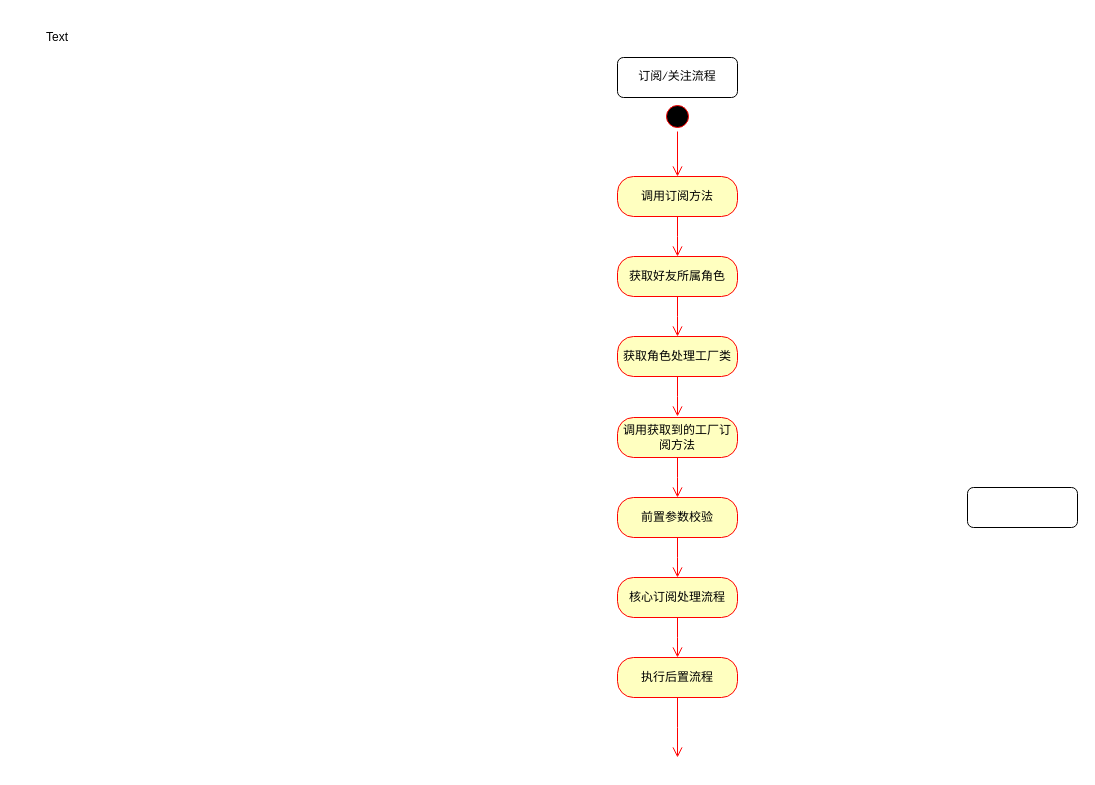
niuxiaocong/knowledage-notes keeps this draw.io diagram as webchat/二、好友关系设计.drawio. Above is the earlier version. Source tidied: cells renumbered, new cells numbered last; positions are measured from the earlier drawing's top-left corner, leaving out a move shared by most shapes. Both pictures are drawn from the tidied source at 100%, with x=0, y=0 at pixel (17, 17).
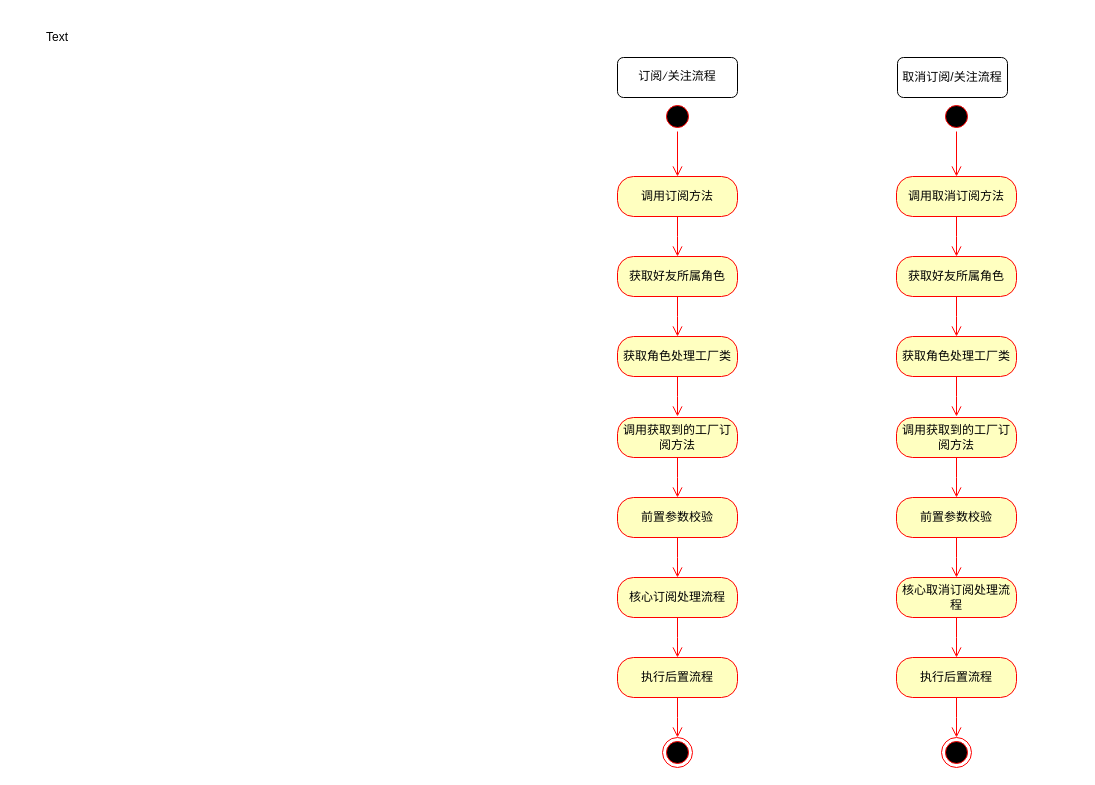
The same page after the edit.

Commit message (it also covers changes not shown here):
更新二、好友关系设计.drawio

Unchanged cells that the change refers to:
```xml
<mxCell id="19" value="执行后置流程" style="rounded=1;whiteSpace=wrap;html=1;arcSize=40;fontColor=#000000;fillColor=#ffffc0;strokeColor=#ff0000;" parent="1" vertex="1">
  <mxGeometry x="600" y="640" width="120" height="40" as="geometry" />
</mxCell>
```

Diff of the diagram source:
```diff
@@
-    <mxCell id="3" style="rounded=1;whiteSpace=wrap;html=1;" parent="1" vertex="1">
-      <mxGeometry x="950" y="470" width="110" height="40" as="geometry" />
+    <mxCell id="3" value="取消订阅/关注流程" style="rounded=1;whiteSpace=wrap;html=1;" parent="1" vertex="1">
+      <mxGeometry x="880" y="40" width="110" height="40" as="geometry" />
     </mxCell>
@@
     <mxCell id="20" style="edgeStyle=orthogonalEdgeStyle;html=1;verticalAlign=bottom;endArrow=open;endSize=8;strokeColor=#ff0000;rounded=0;" parent="1" edge="1" source="19">
       <mxGeometry relative="1" as="geometry">
-        <mxPoint x="660" y="740" as="targetPoint" />
+        <mxPoint x="660" y="720" as="targetPoint" />
       </mxGeometry>
     </mxCell>
+    <mxCell id="21" style="ellipse;html=1;shape=endState;fillColor=#000000;strokeColor=#ff0000;" parent="1" vertex="1">
+      <mxGeometry x="645" y="720" width="30" height="30" as="geometry" />
+    </mxCell>
+    <mxCell id="22" style="ellipse;html=1;shape=startState;fillColor=#000000;strokeColor=#ff0000;" parent="1" vertex="1">
+      <mxGeometry x="924" y="84" width="30" height="30" as="geometry" />
+    </mxCell>
+    <mxCell id="23" style="edgeStyle=orthogonalEdgeStyle;html=1;verticalAlign=bottom;endArrow=open;endSize=8;strokeColor=#ff0000;rounded=0;entryX=0.5;entryY=0;entryDx=0;entryDy=0;" parent="1" edge="1" source="22" target="24">
+      <mxGeometry relative="1" as="geometry" />
+    </mxCell>
+    <mxCell id="24" value="&lt;font style=&quot;color: rgb(0, 0, 0);&quot;&gt;调用取消订阅方法&lt;/font&gt;" style="rounded=1;whiteSpace=wrap;html=1;arcSize=40;fontColor=#000000;fillColor=#ffffc0;strokeColor=#ff0000;" parent="1" vertex="1">
+      <mxGeometry x="879" y="159" width="120" height="40" as="geometry" />
+    </mxCell>
+    <mxCell id="25" style="edgeStyle=orthogonalEdgeStyle;html=1;verticalAlign=bottom;endArrow=open;endSize=8;strokeColor=#ff0000;rounded=0;" parent="1" edge="1" source="24">
+      <mxGeometry relative="1" as="geometry">
+        <mxPoint x="939" y="239" as="targetPoint" />
+      </mxGeometry>
+    </mxCell>
+    <mxCell id="26" value="获取好友所属角色" style="rounded=1;whiteSpace=wrap;html=1;arcSize=40;fontColor=#000000;fillColor=#ffffc0;strokeColor=#ff0000;" parent="1" vertex="1">
+      <mxGeometry x="879" y="239" width="120" height="40" as="geometry" />
+    </mxCell>
+    <mxCell id="27" style="edgeStyle=orthogonalEdgeStyle;html=1;verticalAlign=bottom;endArrow=open;endSize=8;strokeColor=#ff0000;rounded=0;" parent="1" edge="1" source="26">
+      <mxGeometry relative="1" as="geometry">
+        <mxPoint x="939" y="319" as="targetPoint" />
+      </mxGeometry>
+    </mxCell>
+    <mxCell id="28" value="获取角色处理工厂类" style="rounded=1;whiteSpace=wrap;html=1;arcSize=40;fontColor=#000000;fillColor=#ffffc0;strokeColor=#ff0000;" parent="1" vertex="1">
+      <mxGeometry x="879" y="319" width="120" height="40" as="geometry" />
+    </mxCell>
+    <mxCell id="29" style="edgeStyle=orthogonalEdgeStyle;html=1;verticalAlign=bottom;endArrow=open;endSize=8;strokeColor=#ff0000;rounded=0;" parent="1" edge="1" source="28">
+      <mxGeometry relative="1" as="geometry">
+        <mxPoint x="939" y="399" as="targetPoint" />
+      </mxGeometry>
+    </mxCell>
+    <mxCell id="30" value="调用获取到的工厂订阅方法" style="rounded=1;whiteSpace=wrap;html=1;arcSize=40;fontColor=#000000;fillColor=#ffffc0;strokeColor=#ff0000;" parent="1" vertex="1">
+      <mxGeometry x="879" y="400" width="120" height="40" as="geometry" />
+    </mxCell>
+    <mxCell id="31" style="edgeStyle=orthogonalEdgeStyle;html=1;verticalAlign=bottom;endArrow=open;endSize=8;strokeColor=#ff0000;rounded=0;" parent="1" edge="1" source="30">
+      <mxGeometry relative="1" as="geometry">
+        <mxPoint x="939" y="480" as="targetPoint" />
+      </mxGeometry>
+    </mxCell>
+    <mxCell id="32" value="前置参数校验" style="rounded=1;whiteSpace=wrap;html=1;arcSize=40;fontColor=#000000;fillColor=#ffffc0;strokeColor=#ff0000;" parent="1" vertex="1">
+      <mxGeometry x="879" y="480" width="120" height="40" as="geometry" />
+    </mxCell>
+    <mxCell id="33" style="edgeStyle=orthogonalEdgeStyle;html=1;verticalAlign=bottom;endArrow=open;endSize=8;strokeColor=#ff0000;rounded=0;" parent="1" edge="1" source="32">
+      <mxGeometry relative="1" as="geometry">
+        <mxPoint x="939" y="560" as="targetPoint" />
+      </mxGeometry>
+    </mxCell>
+    <mxCell id="34" value="核心取消订阅处理流程" style="rounded=1;whiteSpace=wrap;html=1;arcSize=40;fontColor=#000000;fillColor=#ffffc0;strokeColor=#ff0000;" parent="1" vertex="1">
+      <mxGeometry x="879" y="560" width="120" height="40" as="geometry" />
+    </mxCell>
+    <mxCell id="35" style="edgeStyle=orthogonalEdgeStyle;html=1;verticalAlign=bottom;endArrow=open;endSize=8;strokeColor=#ff0000;rounded=0;" parent="1" edge="1" source="34">
+      <mxGeometry relative="1" as="geometry">
+        <mxPoint x="939" y="640" as="targetPoint" />
+      </mxGeometry>
+    </mxCell>
+    <mxCell id="36" value="执行后置流程" style="rounded=1;whiteSpace=wrap;html=1;arcSize=40;fontColor=#000000;fillColor=#ffffc0;strokeColor=#ff0000;" parent="1" vertex="1">
+      <mxGeometry x="879" y="640" width="120" height="40" as="geometry" />
+    </mxCell>
+    <mxCell id="37" style="edgeStyle=orthogonalEdgeStyle;html=1;verticalAlign=bottom;endArrow=open;endSize=8;strokeColor=#ff0000;rounded=0;" parent="1" edge="1" source="36">
+      <mxGeometry relative="1" as="geometry">
+        <mxPoint x="939" y="720" as="targetPoint" />
+      </mxGeometry>
+    </mxCell>
+    <mxCell id="38" style="ellipse;html=1;shape=endState;fillColor=#000000;strokeColor=#ff0000;" parent="1" vertex="1">
+      <mxGeometry x="924" y="720" width="30" height="30" as="geometry" />
+    </mxCell>
```
